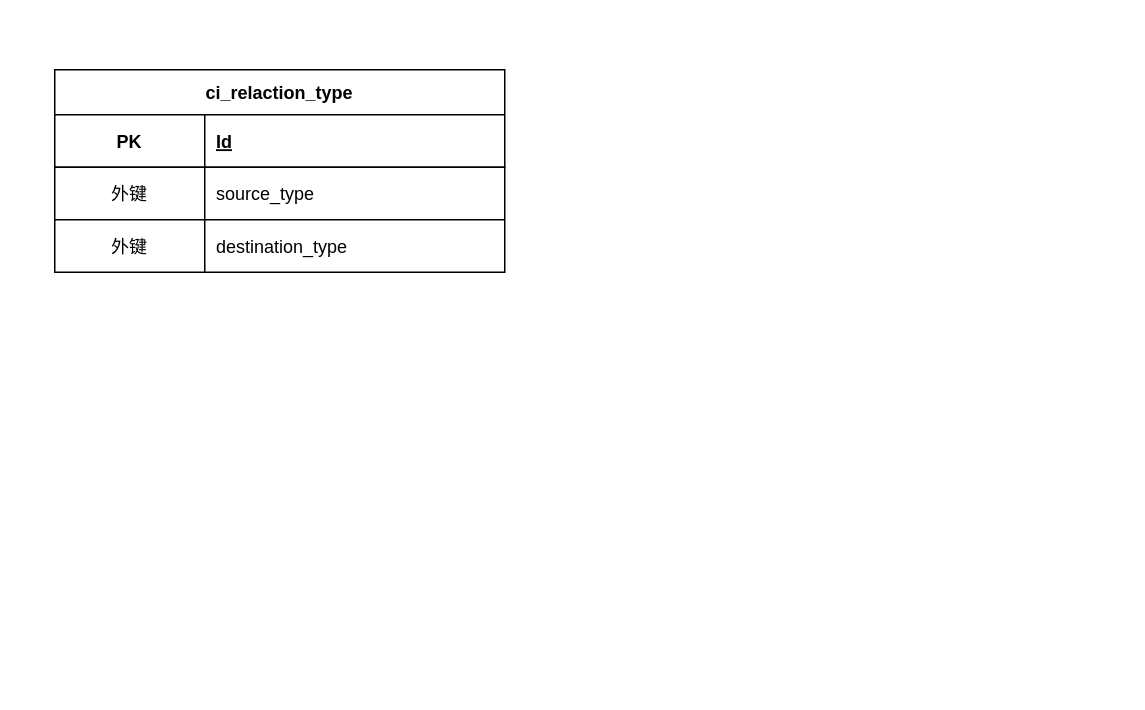
zhengjinsong/image keeps this draw.io diagram as 未命名绘图.drawio. Above is the earlier version. Source tidied: cells renumbered, new cells numbered last; positions are measured from the earlier drawing's top-left corner, leaving out a move shared by most shapes. Both pictures are drawn from the tidied source at 150%, with x=0, y=0 at pixel (54, 69).
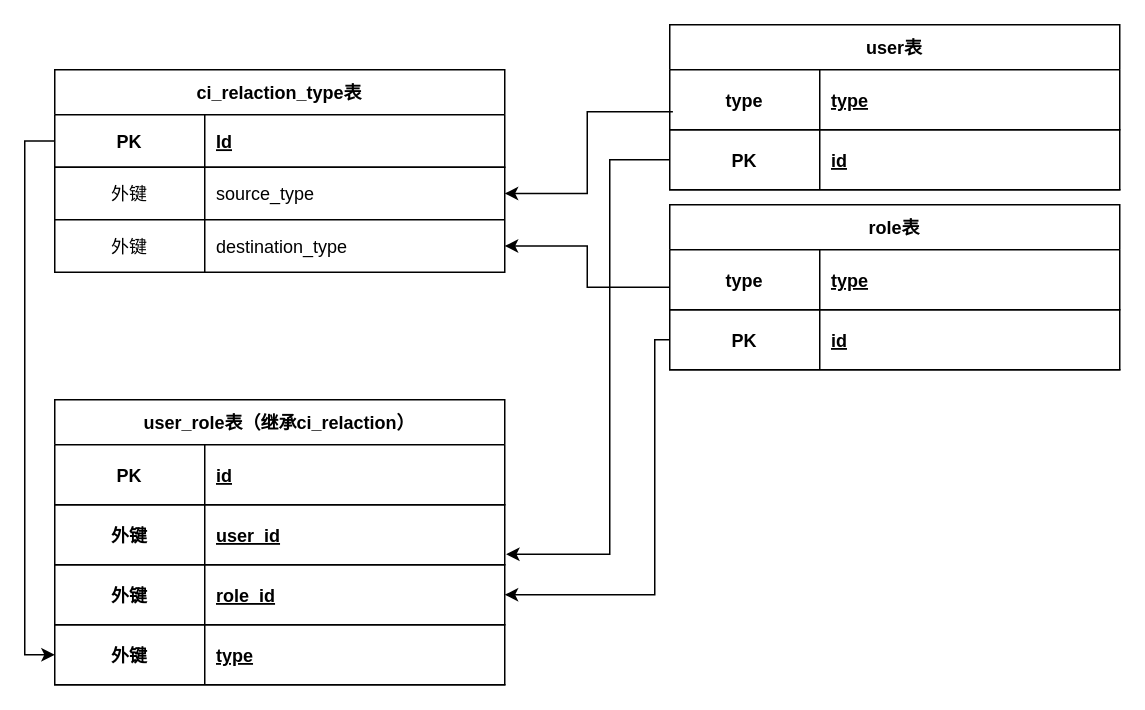
The same diagram, later.

Unchanged cells that the change refers to:
```xml
<mxCell id="3" style="shape=partialRectangle;fillColor=none;points=[[0,0.5],[1,0.5]];portConstraint=eastwest;top=0;left=0;right=0;bottom=1;" parent="2" vertex="1">
  <mxGeometry y="30" width="300" height="35" as="geometry" />
</mxCell>
<mxCell id="6" style="shape=partialRectangle;fillColor=none;points=[[0,0.5],[1,0.5]];portConstraint=eastwest;top=0;left=0;right=0;bottom=0;" parent="2" vertex="1">
  <mxGeometry y="65" width="300" height="35" as="geometry" />
</mxCell>
<mxCell id="9" style="shape=partialRectangle;fillColor=none;points=[[0,0.5],[1,0.5]];portConstraint=eastwest;top=0;left=0;right=0;bottom=0;" parent="2" vertex="1">
  <mxGeometry y="100" width="300" height="35" as="geometry" />
</mxCell>
```

What changed in the source:
```diff
@@
-    <mxCell id="2" value="ci_relaction_type" style="shape=table;startSize=30;childLayout=tableLayout;rowLines=1;fontStyle=1;align=center;swimlaneHead=1;swimlaneBody=1;" parent="1" vertex="1">
+    <mxCell id="2" value="ci_relaction_type表" style="shape=table;startSize=30;childLayout=tableLayout;rowLines=1;fontStyle=1;align=center;swimlaneHead=1;swimlaneBody=1;" parent="1" vertex="1">
       <mxGeometry width="300" height="135" as="geometry" />
     </mxCell>
@@
+    <mxCell id="12" style="edgeStyle=orthogonalEdgeStyle;rounded=0;jettySize=auto;html=1;fontFamily=Helvetica;fontSize=12;fontColor=default;startSize=30;entryX=1;entryY=0.5;entryDx=0;entryDy=0;exitX=0.007;exitY=0.7;exitDx=0;exitDy=0;exitPerimeter=0;" parent="1" edge="1" source="14" target="6">
+      <mxGeometry relative="1" as="geometry" />
+    </mxCell>
+    <mxCell id="13" value="user表" style="shape=table;startSize=30;childLayout=tableLayout;rowLines=1;fontStyle=1;align=center;swimlaneHead=1;swimlaneBody=1;" parent="1" vertex="1">
+      <mxGeometry x="410" y="-30" width="300" height="110" as="geometry" />
+    </mxCell>
+    <mxCell id="14" style="shape=partialRectangle;fillColor=none;points=[[0,0.5],[1,0.5]];portConstraint=eastwest;top=0;left=0;right=0;bottom=1;" parent="13" vertex="1">
+      <mxGeometry y="30" width="300" height="40" as="geometry" />
+    </mxCell>
+    <mxCell id="15" value="type" style="shape=partialRectangle;overflow=hidden;fillColor=none;top=0;left=0;bottom=0;right=0;fontStyle=1;" parent="14" vertex="1">
+      <mxGeometry width="100" height="40" as="geometry" />
+    </mxCell>
+    <mxCell id="16" value="type" style="shape=partialRectangle;overflow=hidden;fillColor=none;top=0;left=0;bottom=0;right=0;align=left;spacingLeft=6;fontStyle=5;" parent="14" vertex="1">
+      <mxGeometry x="100" width="200" height="40" as="geometry" />
+    </mxCell>
+    <mxCell id="17" style="shape=partialRectangle;fillColor=none;points=[[0,0.5],[1,0.5]];portConstraint=eastwest;top=0;left=0;right=0;bottom=1;" parent="13" vertex="1">
+      <mxGeometry y="70" width="300" height="40" as="geometry" />
+    </mxCell>
+    <mxCell id="18" value="PK" style="shape=partialRectangle;overflow=hidden;fillColor=none;top=0;left=0;bottom=0;right=0;fontStyle=1;" parent="17" vertex="1">
+      <mxGeometry width="100" height="40" as="geometry" />
+    </mxCell>
+    <mxCell id="19" value="id" style="shape=partialRectangle;overflow=hidden;fillColor=none;top=0;left=0;bottom=0;right=0;align=left;spacingLeft=6;fontStyle=5;" parent="17" vertex="1">
+      <mxGeometry x="100" width="200" height="40" as="geometry" />
+    </mxCell>
+    <mxCell id="20" style="edgeStyle=orthogonalEdgeStyle;rounded=0;jettySize=auto;html=1;fontFamily=Helvetica;fontSize=12;fontColor=default;startSize=30;" parent="1" edge="1" source="21" target="9">
+      <mxGeometry relative="1" as="geometry" />
+    </mxCell>
+    <mxCell id="21" value="role表" style="shape=table;startSize=30;childLayout=tableLayout;rowLines=1;fontStyle=1;align=center;swimlaneHead=1;swimlaneBody=1;" parent="1" vertex="1">
+      <mxGeometry x="410" y="90" width="300" height="110" as="geometry" />
+    </mxCell>
+    <mxCell id="22" style="shape=partialRectangle;fillColor=none;top=0;left=0;right=0;bottom=1;" parent="21" vertex="1">
+      <mxGeometry y="30" width="300" height="40" as="geometry" />
+    </mxCell>
+    <mxCell id="23" value="type" style="shape=partialRectangle;overflow=hidden;fillColor=none;top=0;left=0;bottom=0;right=0;fontStyle=1;" parent="22" vertex="1">
+      <mxGeometry width="100" height="40" as="geometry" />
+    </mxCell>
+    <mxCell id="24" value="type" style="shape=partialRectangle;overflow=hidden;fillColor=none;top=0;left=0;bottom=0;right=0;align=left;spacingLeft=6;fontStyle=5;" parent="22" vertex="1">
+      <mxGeometry x="100" width="200" height="40" as="geometry" />
+    </mxCell>
+    <mxCell id="25" style="shape=partialRectangle;fillColor=none;points=[[0,0.5],[1,0.5]];portConstraint=eastwest;top=0;left=0;right=0;bottom=1;" parent="21" vertex="1">
+      <mxGeometry y="70" width="300" height="40" as="geometry" />
+    </mxCell>
+    <mxCell id="26" value="PK" style="shape=partialRectangle;overflow=hidden;fillColor=none;top=0;left=0;bottom=0;right=0;fontStyle=1;" parent="25" vertex="1">
+      <mxGeometry width="100" height="40" as="geometry" />
+    </mxCell>
+    <mxCell id="27" value="id" style="shape=partialRectangle;overflow=hidden;fillColor=none;top=0;left=0;bottom=0;right=0;align=left;spacingLeft=6;fontStyle=5;" parent="25" vertex="1">
+      <mxGeometry x="100" width="200" height="40" as="geometry" />
+    </mxCell>
+    <mxCell id="28" value="user_role表（继承ci_relaction）" style="shape=table;startSize=30;childLayout=tableLayout;rowLines=1;fontStyle=1;align=center;swimlaneHead=1;swimlaneBody=1;" parent="1" vertex="1">
+      <mxGeometry y="220" width="300" height="190" as="geometry" />
+    </mxCell>
+    <mxCell id="29" style="shape=partialRectangle;fillColor=none;top=0;left=0;right=0;bottom=1;" parent="28" vertex="1">
+      <mxGeometry y="30" width="300" height="40" as="geometry" />
+    </mxCell>
+    <mxCell id="30" value="PK" style="shape=partialRectangle;overflow=hidden;fillColor=none;top=0;left=0;bottom=0;right=0;fontStyle=1;" parent="29" vertex="1">
+      <mxGeometry width="100" height="40" as="geometry" />
+    </mxCell>
+    <mxCell id="31" value="id" style="shape=partialRectangle;overflow=hidden;fillColor=none;top=0;left=0;bottom=0;right=0;align=left;spacingLeft=6;fontStyle=5;" parent="29" vertex="1">
+      <mxGeometry x="100" width="200" height="40" as="geometry" />
+    </mxCell>
+    <mxCell id="32" style="shape=partialRectangle;fillColor=none;points=[[0,0.5],[1,0.5]];portConstraint=eastwest;top=0;left=0;right=0;bottom=1;" parent="28" vertex="1">
+      <mxGeometry y="70" width="300" height="40" as="geometry" />
+    </mxCell>
+    <mxCell id="33" value="外键" style="shape=partialRectangle;overflow=hidden;fillColor=none;top=0;left=0;bottom=0;right=0;fontStyle=1;" parent="32" vertex="1">
+      <mxGeometry width="100" height="40" as="geometry" />
+    </mxCell>
+    <mxCell id="34" value="user_id" style="shape=partialRectangle;overflow=hidden;fillColor=none;top=0;left=0;bottom=0;right=0;align=left;spacingLeft=6;fontStyle=5;" parent="32" vertex="1">
+      <mxGeometry x="100" width="200" height="40" as="geometry" />
+    </mxCell>
+    <mxCell id="35" style="shape=partialRectangle;fillColor=none;points=[[0,0.5],[1,0.5]];portConstraint=eastwest;top=0;left=0;right=0;bottom=1;" parent="28" vertex="1">
+      <mxGeometry y="110" width="300" height="40" as="geometry" />
+    </mxCell>
+    <mxCell id="36" value="外键" style="shape=partialRectangle;overflow=hidden;fillColor=none;top=0;left=0;bottom=0;right=0;fontStyle=1;" parent="35" vertex="1">
+      <mxGeometry width="100" height="40" as="geometry" />
+    </mxCell>
+    <mxCell id="37" value="role_id" style="shape=partialRectangle;overflow=hidden;fillColor=none;top=0;left=0;bottom=0;right=0;align=left;spacingLeft=6;fontStyle=5;" parent="35" vertex="1">
+      <mxGeometry x="100" width="200" height="40" as="geometry" />
+    </mxCell>
+    <mxCell id="38" style="shape=partialRectangle;fillColor=none;points=[[0,0.5],[1,0.5]];portConstraint=eastwest;top=0;left=0;right=0;bottom=1;" parent="28" vertex="1">
+      <mxGeometry y="150" width="300" height="40" as="geometry" />
+    </mxCell>
+    <mxCell id="39" value="外键" style="shape=partialRectangle;overflow=hidden;fillColor=none;top=0;left=0;bottom=0;right=0;fontStyle=1;" parent="38" vertex="1">
+      <mxGeometry width="100" height="40" as="geometry" />
+    </mxCell>
+    <mxCell id="40" value="type" style="shape=partialRectangle;overflow=hidden;fillColor=none;top=0;left=0;bottom=0;right=0;align=left;spacingLeft=6;fontStyle=5;" parent="38" vertex="1">
+      <mxGeometry x="100" width="200" height="40" as="geometry" />
+    </mxCell>
+    <mxCell id="41" style="edgeStyle=orthogonalEdgeStyle;rounded=0;jettySize=auto;html=1;fontFamily=Helvetica;fontSize=12;fontColor=default;startSize=30;entryX=1.003;entryY=0.825;entryDx=0;entryDy=0;entryPerimeter=0;" parent="1" edge="1" source="17" target="32">
+      <mxGeometry relative="1" as="geometry">
+        <Array as="points">
+          <mxPoint x="370" y="60" />
+          <mxPoint x="370" y="323" />
+        </Array>
+      </mxGeometry>
+    </mxCell>
+    <mxCell id="42" style="edgeStyle=orthogonalEdgeStyle;rounded=0;jettySize=auto;html=1;exitX=0;exitY=0.5;exitDx=0;exitDy=0;fontFamily=Helvetica;fontSize=12;fontColor=default;startSize=30;" parent="1" edge="1" source="25" target="35">
+      <mxGeometry relative="1" as="geometry">
+        <Array as="points">
+          <mxPoint x="400" y="180" />
+          <mxPoint x="400" y="350" />
+        </Array>
+      </mxGeometry>
+    </mxCell>
+    <mxCell id="43" style="edgeStyle=orthogonalEdgeStyle;rounded=0;jettySize=auto;html=1;exitX=0;exitY=0.5;exitDx=0;exitDy=0;fontFamily=Helvetica;fontSize=12;fontColor=default;startSize=30;entryX=0;entryY=0.5;entryDx=0;entryDy=0;" parent="1" edge="1" source="3" target="38">
+      <mxGeometry relative="1" as="geometry" />
+    </mxCell>
```
